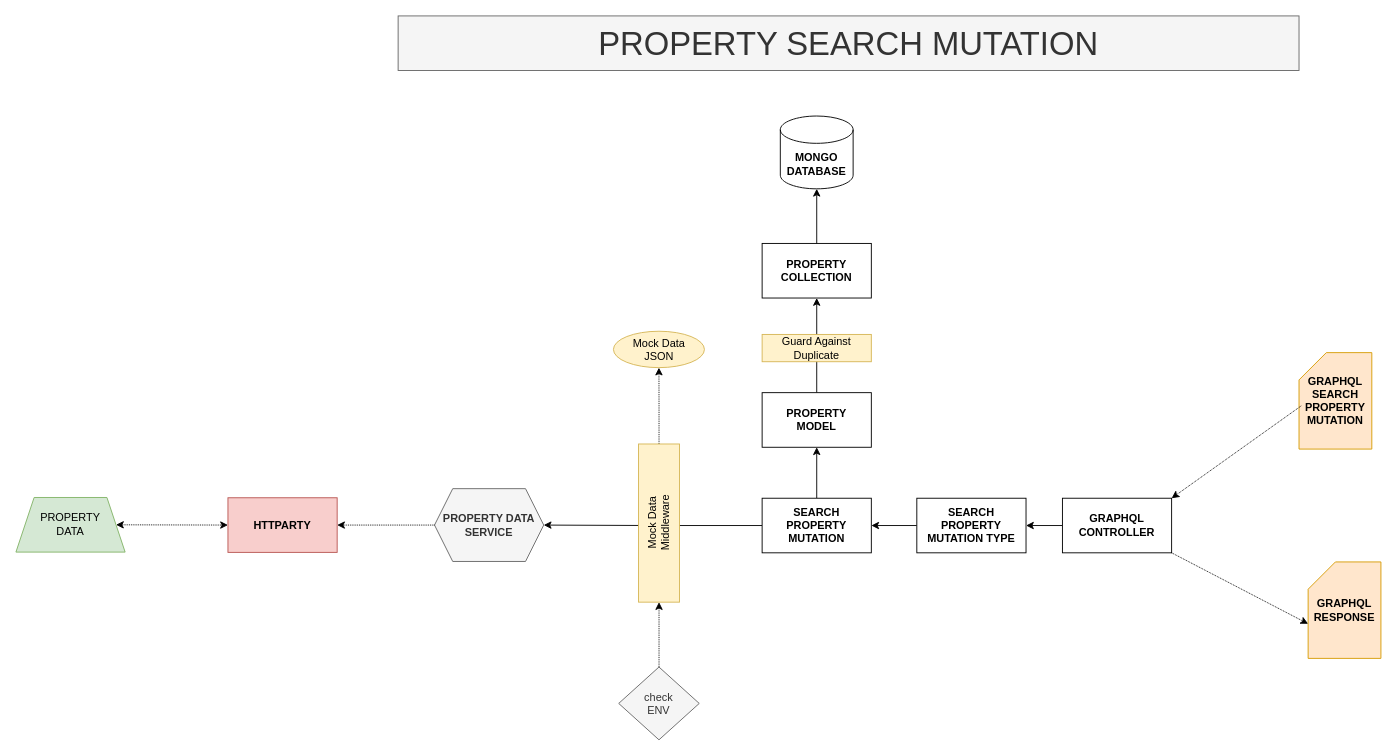
This is page "Property Search" (2 of 3) of devops/property-dealer.drawio from kingsley-ijomah/draw.io, a draw.io file, before an edit. Source tidied: cells renumbered, new cells numbered last; positions are measured from the earlier drawing's top-left corner, leaving out a move shared by most shapes. Both pictures are drawn from the tidied source at 91%, with x=0, y=0 at pixel (15, 15).
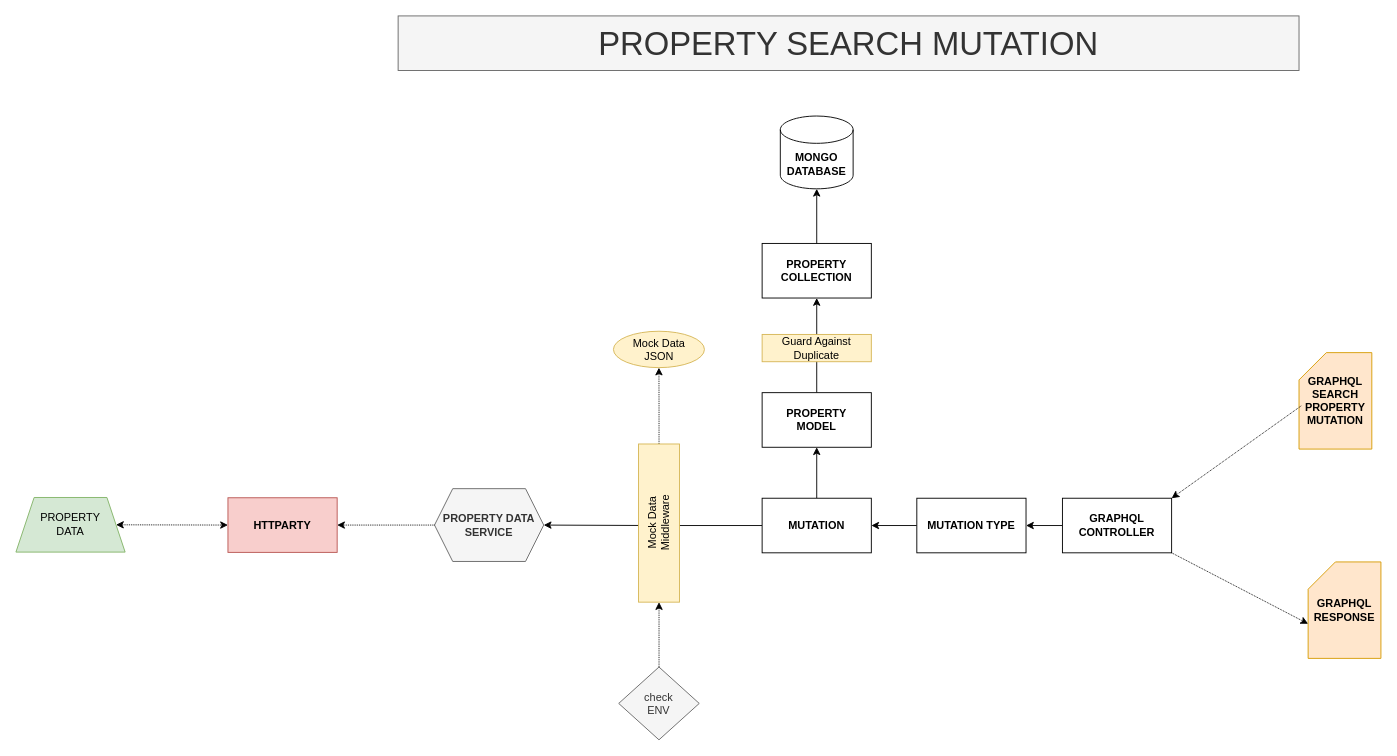
The same diagram, later.

Diff of the diagram source:
```diff
@@
-    <mxCell id="19" value="&lt;div&gt;&lt;b&gt;SEARCH PROPERTY&lt;/b&gt;&lt;/div&gt;&lt;div&gt;&lt;b&gt;MUTATION TYPE&lt;/b&gt;&lt;/div&gt;" style="rounded=0;whiteSpace=wrap;html=1;" parent="1" vertex="1">
+    <mxCell id="19" value="&lt;div&gt;&lt;b style=&quot;background-color: initial;&quot;&gt;MUTATION TYPE&lt;/b&gt;&lt;br&gt;&lt;/div&gt;" style="rounded=0;whiteSpace=wrap;html=1;" parent="1" vertex="1">
       <mxGeometry x="990" y="530" width="120" height="60" as="geometry" />
     </mxCell>
@@
-    <mxCell id="22" value="&lt;div&gt;&lt;b&gt;SEARCH&lt;/b&gt;&lt;/div&gt;&lt;div&gt;&lt;b&gt;PROPERTY&lt;/b&gt;&lt;/div&gt;&lt;div&gt;&lt;b&gt;MUTATION&lt;/b&gt;&lt;/div&gt;" style="rounded=0;whiteSpace=wrap;html=1;" parent="1" vertex="1">
+    <mxCell id="22" value="&lt;div&gt;&lt;b style=&quot;background-color: initial;&quot;&gt;MUTATION&lt;/b&gt;&lt;br&gt;&lt;/div&gt;" style="rounded=0;whiteSpace=wrap;html=1;" parent="1" vertex="1">
       <mxGeometry x="820" y="530" width="120" height="60" as="geometry" />
     </mxCell>
```
